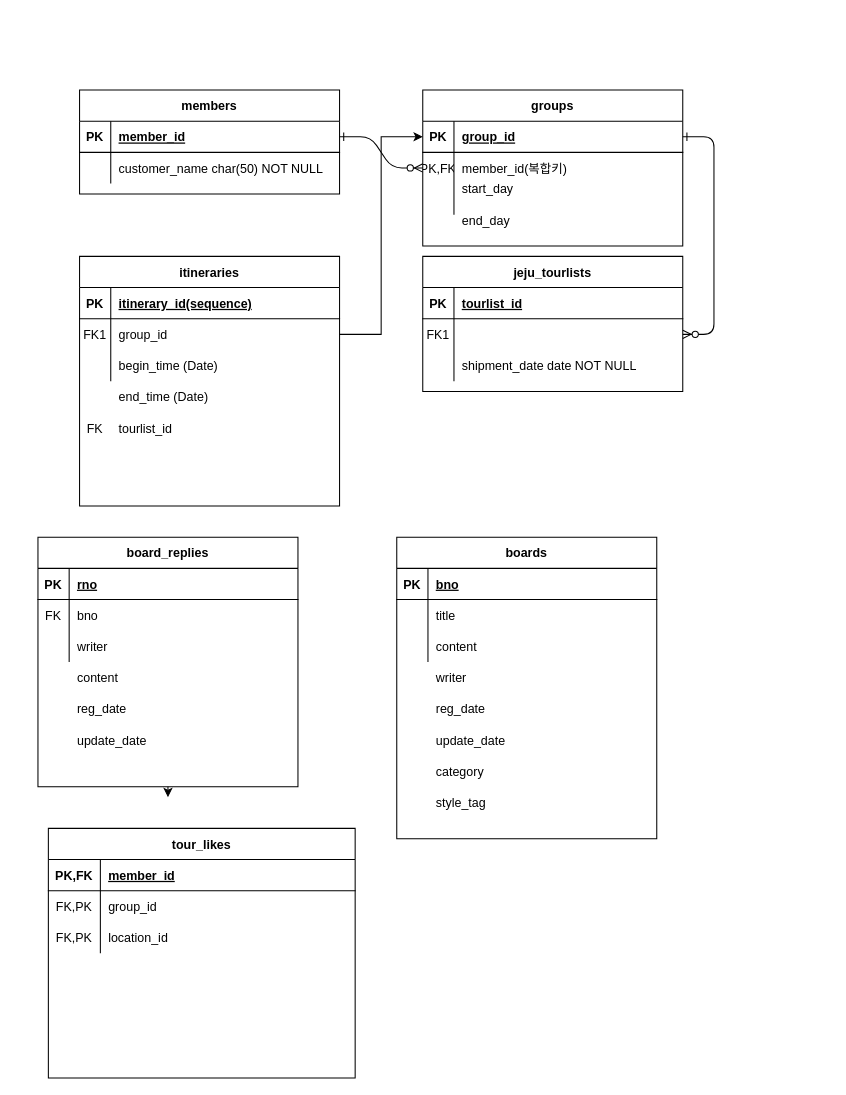
The draw.io diagram Untitled Diagram.drawio in Youyeon-Kim/ShallweJeju, before the edit. Source tidied: cells renumbered, new cells numbered last; positions are measured from the earlier drawing's top-left corner, leaving out a move shared by most shapes. Both pictures are drawn from the tidied source at 104%, with x=0, y=0 at pixel (37, 89).
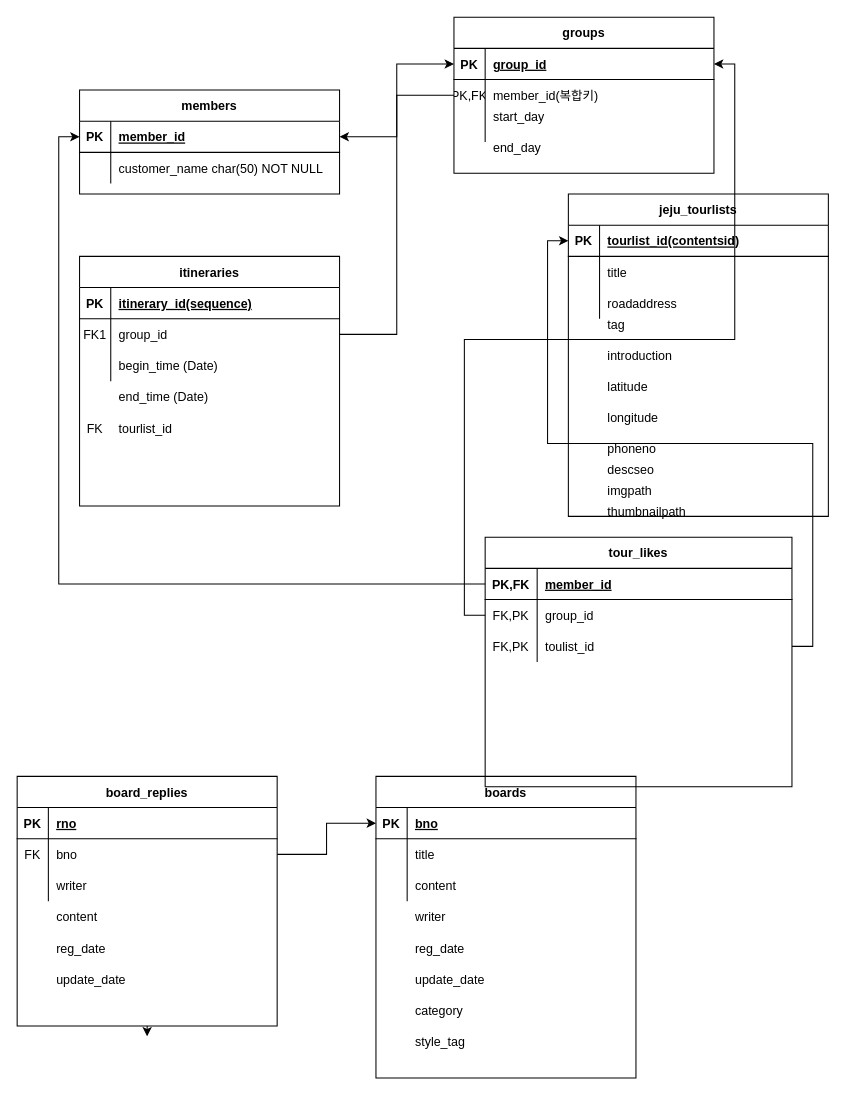
Above is the later version.

The change refers to these unchanged cells:
```xml
<mxCell id="5" style="shape=partialRectangle;fillColor=none;points=[[0,0.5],[1,0.5]];portConstraint=eastwest;top=0;left=0;right=0;bottom=1;" parent="4" vertex="1">
  <mxGeometry y="30" width="250" height="30" as="geometry" />
</mxCell>
<mxCell id="8" style="shape=partialRectangle;fillColor=none;points=[[0,0.5],[1,0.5]];portConstraint=eastwest;top=0;left=0;right=0;bottom=0;" parent="4" vertex="1">
  <mxGeometry y="60" width="250" height="30" as="geometry" />
</mxCell>
<mxCell id="15" style="shape=partialRectangle;fillColor=none;points=[[0,0.5],[1,0.5]];portConstraint=eastwest;top=0;left=0;right=0;bottom=1;" parent="14" vertex="1">
  <mxGeometry y="30" width="250" height="30" as="geometry" />
</mxCell>
<mxCell id="18" style="shape=partialRectangle;fillColor=none;points=[[0,0.5],[1,0.5]];portConstraint=eastwest;top=0;left=0;right=0;bottom=0;" parent="14" vertex="1">
  <mxGeometry y="60" width="250" height="30" as="geometry" />
</mxCell>
<mxCell id="21" style="shape=partialRectangle;fillColor=none;top=0;left=0;right=0;bottom=0;" parent="14" vertex="1">
  <mxGeometry y="90" width="250" height="30" as="geometry" />
</mxCell>
<mxCell id="25" style="shape=partialRectangle;fillColor=none;points=[[0,0.5],[1,0.5]];portConstraint=eastwest;top=0;left=0;right=0;bottom=1;" parent="24" vertex="1">
  <mxGeometry y="30" width="250" height="30" as="geometry" />
</mxCell>
<mxCell id="48" style="shape=partialRectangle;fillColor=none;points=[[0,0.5],[1,0.5]];portConstraint=eastwest;top=0;left=0;right=0;bottom=1;" parent="47" vertex="1">
  <mxGeometry y="30" width="250" height="30" as="geometry" />
</mxCell>
<mxCell id="62" style="shape=partialRectangle;fillColor=none;points=[[0,0.5],[1,0.5]];portConstraint=eastwest;top=0;left=0;right=0;bottom=0;" parent="58" vertex="1">
  <mxGeometry y="60" width="250" height="30" as="geometry" />
</mxCell>
<mxCell id="77" style="shape=partialRectangle;fillColor=none;points=[[0,0.5],[1,0.5]];portConstraint=eastwest;top=0;left=0;right=0;bottom=1;" parent="76" vertex="1">
  <mxGeometry y="30" width="295" height="30" as="geometry" />
</mxCell>
<mxCell id="80" style="shape=partialRectangle;fillColor=none;points=[[0,0.5],[1,0.5]];portConstraint=eastwest;top=0;left=0;right=0;bottom=0;" parent="76" vertex="1">
  <mxGeometry y="60" width="295" height="30" as="geometry" />
</mxCell>
<mxCell id="83" style="shape=partialRectangle;fillColor=none;points=[[0,0.5],[1,0.5]];portConstraint=eastwest;top=0;left=0;right=0;bottom=0;" parent="76" vertex="1">
  <mxGeometry y="90" width="295" height="30" as="geometry" />
</mxCell>
```

Diff of the diagram source:
```diff
@@
-    <mxCell id="2" style="edgeStyle=entityRelationEdgeStyle;endArrow=ERzeroToMany;startArrow=ERone;endFill=1;startFill=0;" parent="1" edge="1" source="25" target="8">
-      <mxGeometry relative="1" as="geometry" />
-    </mxCell>
-    <mxCell id="3" style="edgeStyle=entityRelationEdgeStyle;endArrow=ERzeroToMany;startArrow=ERone;endFill=1;startFill=0;" parent="1" edge="1" source="5" target="18">
-      <mxGeometry relative="1" as="geometry" />
-    </mxCell>
     <mxCell id="4" value="groups" style="shape=table;startSize=30;childLayout=tableLayout;rowLines=0;fontStyle=1;align=center;" parent="1" vertex="1">
-      <mxGeometry x="370" width="250" height="150" as="geometry" />
+      <mxGeometry x="400" y="-70" width="250" height="150" as="geometry" />
     </mxCell>
@@
     <mxCell id="14" value="jeju_tourlists" style="shape=table;startSize=30;childLayout=tableLayout;rowLines=0;fontStyle=1;align=center;" parent="1" vertex="1">
-      <mxGeometry x="370" y="160" width="250" height="130" as="geometry" />
+      <mxGeometry x="510" y="100" width="250" height="310" as="geometry" />
     </mxCell>
@@
-    <mxCell id="17" value="tourlist_id" style="shape=partialRectangle;overflow=hidden;fillColor=none;top=0;left=0;bottom=0;right=0;align=left;spacingLeft=6;fontStyle=5;" parent="15" vertex="1">
+    <mxCell id="17" value="tourlist_id(contentsid)" style="shape=partialRectangle;overflow=hidden;fillColor=none;top=0;left=0;bottom=0;right=0;align=left;spacingLeft=6;fontStyle=5;" parent="15" vertex="1">
       <mxGeometry x="30" width="220" height="30" as="geometry" />
     </mxCell>
@@
-    <mxCell id="19" value="FK1" style="shape=partialRectangle;overflow=hidden;fillColor=none;top=0;left=0;bottom=0;right=0;" parent="18" vertex="1">
+    <mxCell id="19" style="shape=partialRectangle;overflow=hidden;fillColor=none;top=0;left=0;bottom=0;right=0;" parent="18" vertex="1">
       <mxGeometry width="30" height="30" as="geometry" />
     </mxCell>
-    <mxCell id="20" style="shape=partialRectangle;overflow=hidden;fillColor=none;top=0;left=0;bottom=0;right=0;align=left;spacingLeft=6;" parent="18" vertex="1">
+    <mxCell id="20" value="title" style="shape=partialRectangle;overflow=hidden;fillColor=none;top=0;left=0;bottom=0;right=0;align=left;spacingLeft=6;" parent="18" vertex="1">
       <mxGeometry x="30" width="220" height="30" as="geometry" />
     </mxCell>
@@
-    <mxCell id="23" value="shipment_date date NOT NULL" style="shape=partialRectangle;overflow=hidden;fillColor=none;top=0;left=0;bottom=0;right=0;align=left;spacingLeft=6;" parent="21" vertex="1">
+    <mxCell id="23" style="shape=partialRectangle;overflow=hidden;fillColor=none;top=0;left=0;bottom=0;right=0;align=left;spacingLeft=6;" parent="21" vertex="1">
       <mxGeometry x="30" width="220" height="30" as="geometry" />
     </mxCell>
@@
     <mxCell id="45" value="start_day" style="shape=partialRectangle;overflow=hidden;fillColor=none;top=0;left=0;bottom=0;right=0;align=left;spacingLeft=6;" parent="1" vertex="1">
-      <mxGeometry x="400" y="80" width="220" height="30" as="geometry" />
+      <mxGeometry x="430" y="10" width="220" height="30" as="geometry" />
     </mxCell>
     <mxCell id="46" value="end_day" style="shape=partialRectangle;overflow=hidden;fillColor=none;top=0;left=0;bottom=0;right=0;align=left;spacingLeft=6;" parent="1" vertex="1">
-      <mxGeometry x="400" y="110" width="220" height="30" as="geometry" />
+      <mxGeometry x="430" y="40" width="220" height="30" as="geometry" />
     </mxCell>
     <mxCell id="47" value="boards" style="shape=table;startSize=30;childLayout=tableLayout;rowLines=0;fontStyle=1;align=center;" parent="1" vertex="1">
-      <mxGeometry x="345" y="430" width="250" height="290" as="geometry" />
+      <mxGeometry x="325" y="660" width="250" height="290" as="geometry" />
     </mxCell>
@@
     <mxCell id="57" style="edgeStyle=orthogonalEdgeStyle;rounded=0;jettySize=auto;html=1;exitX=0.5;exitY=1;exitDx=0;exitDy=0;" parent="1" edge="1" source="58">
       <mxGeometry relative="1" as="geometry">
-        <mxPoint x="125" y="680" as="targetPoint" />
+        <mxPoint x="105" y="910" as="targetPoint" />
       </mxGeometry>
     </mxCell>
     <mxCell id="58" value="board_replies" style="shape=table;startSize=30;childLayout=tableLayout;rowLines=0;fontStyle=1;align=center;" parent="1" vertex="1">
-      <mxGeometry y="430" width="250" height="240" as="geometry" />
+      <mxGeometry x="-20" y="660" width="250" height="240" as="geometry" />
     </mxCell>
@@
     <mxCell id="68" value="writer" style="shape=partialRectangle;overflow=hidden;fillColor=none;top=0;left=0;bottom=0;right=0;align=left;spacingLeft=6;" parent="1" vertex="1">
-      <mxGeometry x="375" y="550" width="220" height="30" as="geometry" />
+      <mxGeometry x="355" y="780" width="220" height="30" as="geometry" />
     </mxCell>
     <mxCell id="69" value="reg_date" style="shape=partialRectangle;overflow=hidden;fillColor=none;top=0;left=0;bottom=0;right=0;align=left;spacingLeft=6;" parent="1" vertex="1">
-      <mxGeometry x="375" y="580" width="220" height="30" as="geometry" />
+      <mxGeometry x="355" y="810" width="220" height="30" as="geometry" />
     </mxCell>
     <mxCell id="70" value="update_date" style="shape=partialRectangle;overflow=hidden;fillColor=none;top=0;left=0;bottom=0;right=0;align=left;spacingLeft=6;" parent="1" vertex="1">
-      <mxGeometry x="375" y="610" width="220" height="30" as="geometry" />
+      <mxGeometry x="355" y="840" width="220" height="30" as="geometry" />
     </mxCell>
     <mxCell id="71" value="category" style="shape=partialRectangle;overflow=hidden;fillColor=none;top=0;left=0;bottom=0;right=0;align=left;spacingLeft=6;" parent="1" vertex="1">
-      <mxGeometry x="375" y="640" width="220" height="30" as="geometry" />
+      <mxGeometry x="355" y="870" width="220" height="30" as="geometry" />
     </mxCell>
     <mxCell id="72" value="style_tag" style="shape=partialRectangle;overflow=hidden;fillColor=none;top=0;left=0;bottom=0;right=0;align=left;spacingLeft=6;" parent="1" vertex="1">
-      <mxGeometry x="375" y="670" width="220" height="30" as="geometry" />
+      <mxGeometry x="355" y="900" width="220" height="30" as="geometry" />
     </mxCell>
     <mxCell id="73" value="content" style="shape=partialRectangle;overflow=hidden;fillColor=none;top=0;left=0;bottom=0;right=0;align=left;spacingLeft=6;" parent="1" vertex="1">
-      <mxGeometry x="30" y="550" width="220" height="30" as="geometry" />
+      <mxGeometry x="10" y="780" width="220" height="30" as="geometry" />
     </mxCell>
     <mxCell id="74" value="reg_date" style="shape=partialRectangle;overflow=hidden;fillColor=none;top=0;left=0;bottom=0;right=0;align=left;spacingLeft=6;" parent="1" vertex="1">
-      <mxGeometry x="30" y="580" width="220" height="30" as="geometry" />
+      <mxGeometry x="10" y="810" width="220" height="30" as="geometry" />
     </mxCell>
     <mxCell id="75" value="update_date" style="shape=partialRectangle;overflow=hidden;fillColor=none;top=0;left=0;bottom=0;right=0;align=left;spacingLeft=6;" parent="1" vertex="1">
-      <mxGeometry x="30" y="610" width="220" height="30" as="geometry" />
+      <mxGeometry x="10" y="840" width="220" height="30" as="geometry" />
     </mxCell>
     <mxCell id="76" value="tour_likes" style="shape=table;startSize=30;childLayout=tableLayout;rowLines=0;fontStyle=1;align=center;" parent="1" vertex="1">
-      <mxGeometry x="10" y="710" width="295" height="240" as="geometry" />
+      <mxGeometry x="430" y="430" width="295" height="240" as="geometry" />
     </mxCell>
@@
-    <mxCell id="85" value="location_id" style="shape=partialRectangle;overflow=hidden;fillColor=none;top=0;left=0;bottom=0;right=0;align=left;spacingLeft=6;" parent="83" vertex="1">
+    <mxCell id="85" value="toulist_id" style="shape=partialRectangle;overflow=hidden;fillColor=none;top=0;left=0;bottom=0;right=0;align=left;spacingLeft=6;" parent="83" vertex="1">
       <mxGeometry x="50" width="245" height="30" as="geometry" />
     </mxCell>
     <mxCell id="86" style="shape=partialRectangle;overflow=hidden;fillColor=none;top=0;left=0;bottom=0;right=0;align=left;spacingLeft=6;" parent="1" vertex="1">
-      <mxGeometry x="60" y="830" width="245" height="30" as="geometry" />
+      <mxGeometry x="470" y="500" width="245" height="30" as="geometry" />
     </mxCell>
     <mxCell id="87" style="shape=partialRectangle;overflow=hidden;fillColor=none;top=0;left=0;bottom=0;right=0;" parent="1" vertex="1">
-      <mxGeometry x="10" y="830" width="50" height="30" as="geometry" />
+      <mxGeometry x="420" y="500" width="50" height="30" as="geometry" />
     </mxCell>
+    <mxCell id="88" style="edgeStyle=orthogonalEdgeStyle;rounded=0;jettySize=auto;html=1;exitX=0;exitY=0.5;exitDx=0;exitDy=0;" parent="1" edge="1" source="8" target="25">
+      <mxGeometry relative="1" as="geometry" />
+    </mxCell>
+    <mxCell id="89" style="edgeStyle=orthogonalEdgeStyle;rounded=0;jettySize=auto;html=1;entryX=0;entryY=0.5;entryDx=0;entryDy=0;" parent="1" edge="1" source="62" target="48">
+      <mxGeometry relative="1" as="geometry" />
+    </mxCell>
+    <mxCell id="90" style="edgeStyle=orthogonalEdgeStyle;rounded=0;jettySize=auto;html=1;exitX=0;exitY=0.5;exitDx=0;exitDy=0;entryX=0;entryY=0.5;entryDx=0;entryDy=0;" parent="1" edge="1" source="77" target="25">
+      <mxGeometry relative="1" as="geometry" />
+    </mxCell>
+    <mxCell id="91" style="edgeStyle=orthogonalEdgeStyle;rounded=0;jettySize=auto;html=1;entryX=1;entryY=0.5;entryDx=0;entryDy=0;" parent="1" edge="1" source="80" target="5">
+      <mxGeometry relative="1" as="geometry" />
+    </mxCell>
+    <mxCell id="92" style="edgeStyle=orthogonalEdgeStyle;rounded=0;jettySize=auto;html=1;" parent="1" edge="1" source="83" target="15">
+      <mxGeometry relative="1" as="geometry" />
+    </mxCell>
+    <mxCell id="93" value="roadaddress" style="shape=partialRectangle;overflow=hidden;fillColor=none;top=0;left=0;bottom=0;right=0;align=left;spacingLeft=6;" parent="1" vertex="1">
+      <mxGeometry x="540" y="190" width="220" height="30" as="geometry" />
+    </mxCell>
+    <mxCell id="94" value="tag" style="shape=partialRectangle;overflow=hidden;fillColor=none;top=0;left=0;bottom=0;right=0;align=left;spacingLeft=6;" parent="1" vertex="1">
+      <mxGeometry x="540" y="210" width="220" height="30" as="geometry" />
+    </mxCell>
+    <mxCell id="95" value="introduction" style="shape=partialRectangle;overflow=hidden;fillColor=none;top=0;left=0;bottom=0;right=0;align=left;spacingLeft=6;" parent="1" vertex="1">
+      <mxGeometry x="540" y="240" width="220" height="30" as="geometry" />
+    </mxCell>
+    <mxCell id="96" value=" latitude" style="shape=partialRectangle;overflow=hidden;fillColor=none;top=0;left=0;bottom=0;right=0;align=left;spacingLeft=6;" parent="1" vertex="1">
+      <mxGeometry x="540" y="270" width="220" height="30" as="geometry" />
+    </mxCell>
+    <mxCell id="97" value="  longitude" style="shape=partialRectangle;overflow=hidden;fillColor=none;top=0;left=0;bottom=0;right=0;align=left;spacingLeft=6;" parent="1" vertex="1">
+      <mxGeometry x="540" y="300" width="220" height="30" as="geometry" />
+    </mxCell>
+    <mxCell id="98" value="  phoneno" style="shape=partialRectangle;overflow=hidden;fillColor=none;top=0;left=0;bottom=0;right=0;align=left;spacingLeft=6;" parent="1" vertex="1">
+      <mxGeometry x="540" y="330" width="220" height="30" as="geometry" />
+    </mxCell>
+    <mxCell id="99" value="   descseo" style="shape=partialRectangle;overflow=hidden;fillColor=none;top=0;left=0;bottom=0;right=0;align=left;spacingLeft=6;" parent="1" vertex="1">
+      <mxGeometry x="540" y="350" width="220" height="30" as="geometry" />
+    </mxCell>
+    <mxCell id="100" value="  imgpath" style="shape=partialRectangle;overflow=hidden;fillColor=none;top=0;left=0;bottom=0;right=0;align=left;spacingLeft=6;" parent="1" vertex="1">
+      <mxGeometry x="540" y="370" width="220" height="30" as="geometry" />
+    </mxCell>
+    <mxCell id="101" value="  thumbnailpath" style="shape=partialRectangle;overflow=hidden;fillColor=none;top=0;left=0;bottom=0;right=0;align=left;spacingLeft=6;" parent="1" vertex="1">
+      <mxGeometry x="540" y="390" width="220" height="30" as="geometry" />
+    </mxCell>
```
